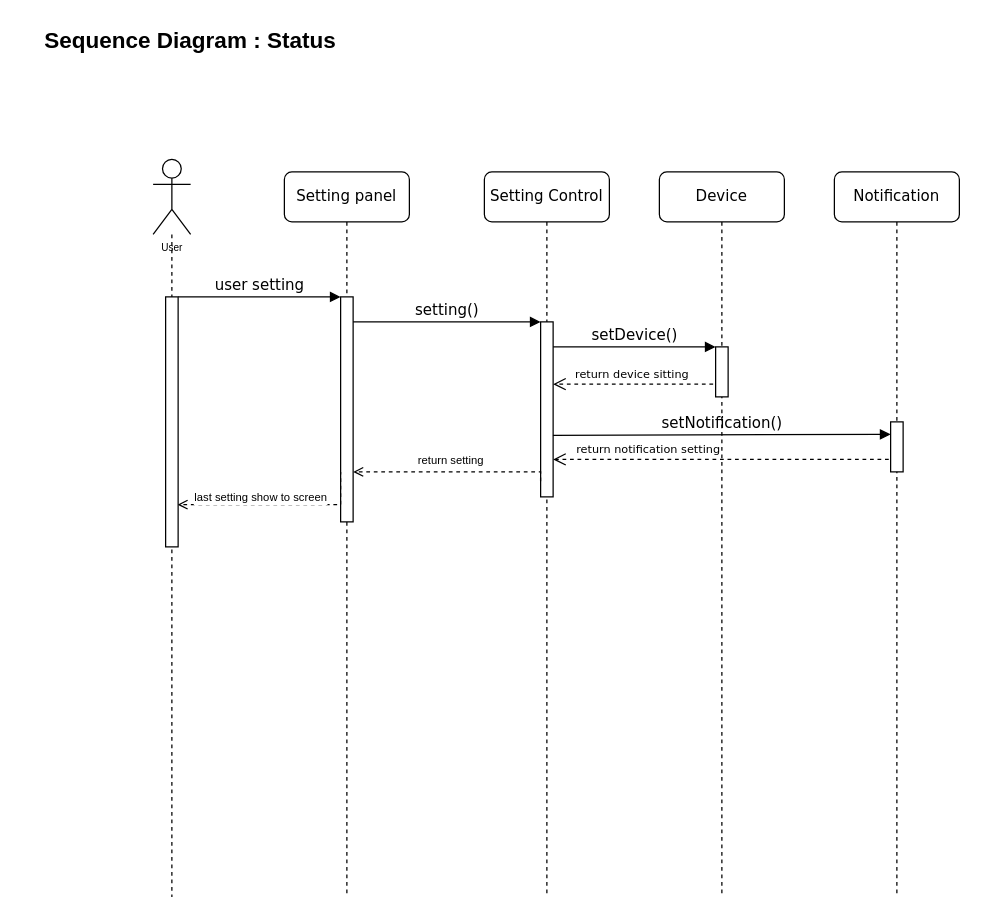
The draw.io diagram page "Setting" (3 of 5) of Sequence_diagram.drawio in astrrr/Right-posture, before the edit. Source tidied: cells renumbered, new cells numbered last; positions are measured from the earlier drawing's top-left corner, leaving out a move shared by most shapes. Both pictures are drawn from the tidied source at 125%, with x=0, y=0 at pixel (21, 21).
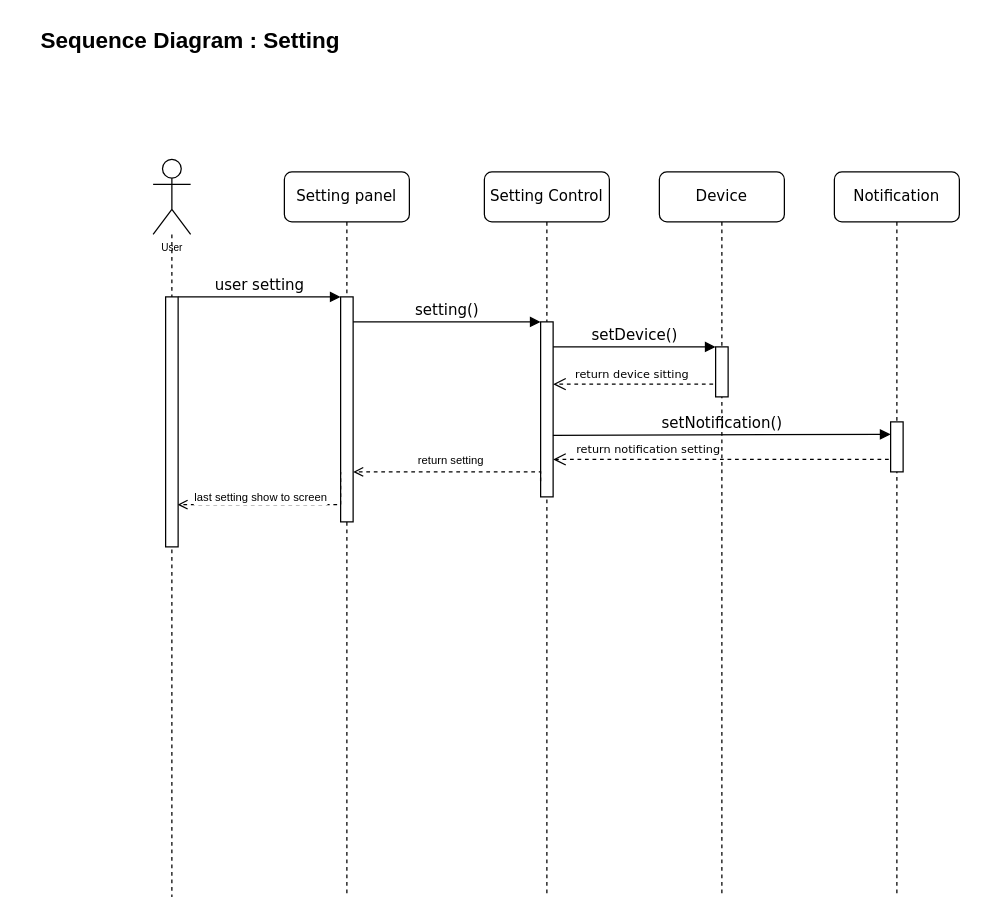
The same page after the edit.

Commit message (it also covers changes not shown here):
fix flow Status and Setting

Diff of the diagram source:
```diff
@@
-    <mxCell id="2" value="Sequence Diagram : Status" style="text;html=1;strokeColor=none;fillColor=none;align=center;verticalAlign=middle;whiteSpace=wrap;rounded=0;fontSize=18;fontStyle=1;" parent="1" vertex="1">
+    <mxCell id="2" value="Sequence Diagram : Setting" style="text;html=1;strokeColor=none;fillColor=none;align=center;verticalAlign=middle;whiteSpace=wrap;rounded=0;fontSize=18;fontStyle=1;" parent="1" vertex="1">
       <mxGeometry width="270" height="30" as="geometry" />
     </mxCell>
```
